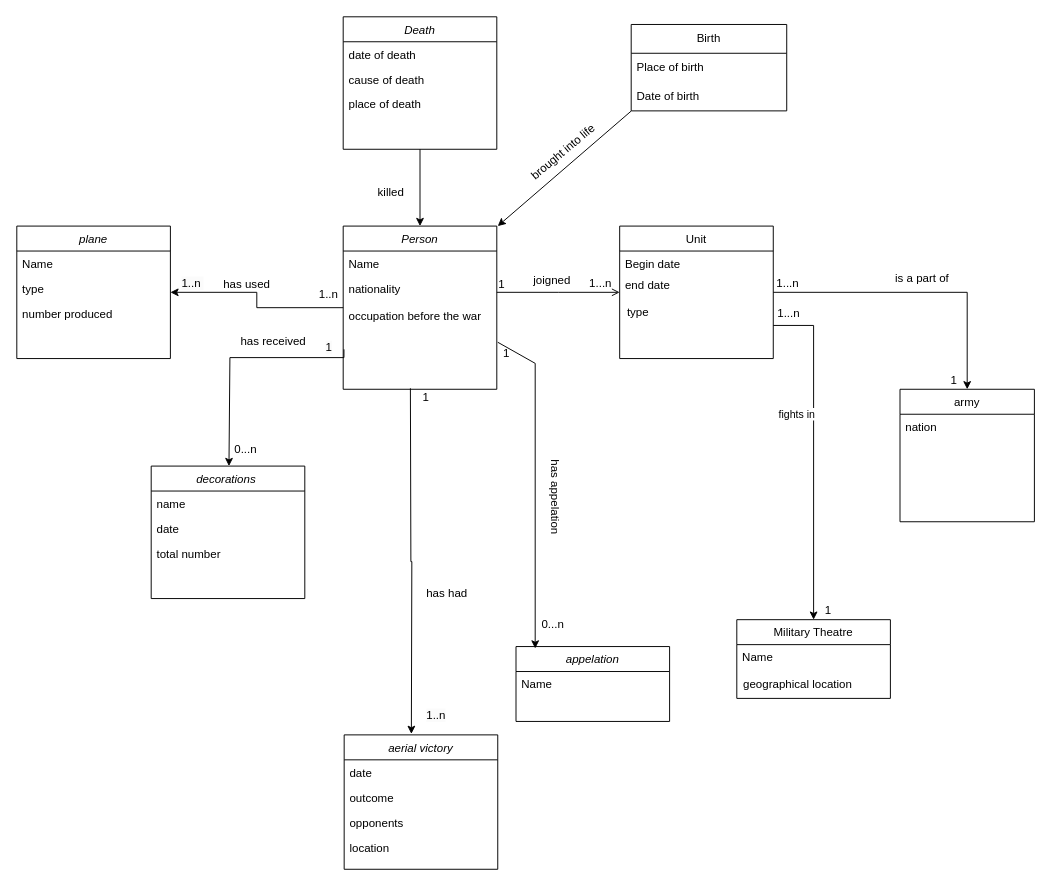
Earlier version of the draw.io diagram testmodele.drawio (samohTDNM/Les-as-de-la-Grande-Guerre-). Source tidied: cells renumbered, new cells numbered last; positions are measured from the earlier drawing's top-left corner, leaving out a move shared by most shapes. Both pictures are drawn from the tidied source at 96%, with x=0, y=0 at pixel (16, 16).
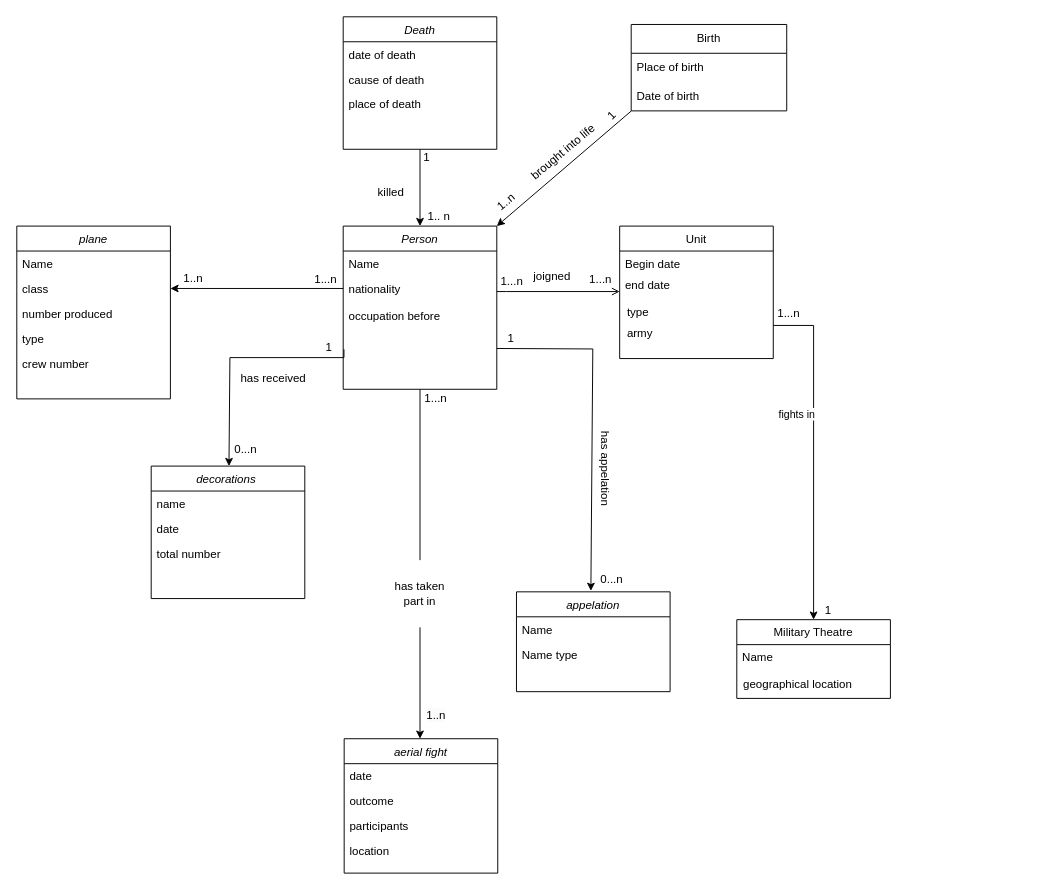
The same page after the edit.

The change refers to these unchanged cells:
```xml
<mxCell id="4" value="Person" style="swimlane;fontStyle=2;align=center;verticalAlign=top;horizontal=1;startSize=26;rounded=0;shadow=0;strokeWidth=1;" parent="1" vertex="1">
  <mxGeometry x="340" y="218" width="160" height="170" as="geometry" />
</mxCell>
<mxCell id="6" value="nationality&#10;" style="text;align=left;verticalAlign=top;spacingLeft=4;spacingRight=4;overflow=hidden;points=[[0,0.5],[1,0.5]];portConstraint=eastwest;rounded=0;shadow=0;html=0;" parent="4" vertex="1">
  <mxGeometry y="52" width="160" height="26" as="geometry" />
</mxCell>
<mxCell id="10" value="Unit" style="swimlane;fontStyle=0;align=center;verticalAlign=top;horizontal=1;startSize=26;rounded=0;shadow=0;strokeWidth=1;" parent="1" vertex="1">
  <mxGeometry x="628" y="218" width="160" height="138" as="geometry" />
</mxCell>
<mxCell id="54" value="Date of birth&amp;nbsp;" style="text;strokeColor=none;fillColor=none;align=left;verticalAlign=middle;spacingLeft=4;spacingRight=4;overflow=hidden;points=[[0,0.5],[1,0.5]];portConstraint=eastwest;whiteSpace=wrap;html=1;" parent="52" vertex="1">
  <mxGeometry y="60" width="162" height="30" as="geometry" />
</mxCell>
```

Change to the diagram source:
```diff
@@
-    <mxCell id="2" style="edgeStyle=orthogonalEdgeStyle;rounded=0;jettySize=auto;html=1;" parent="1" edge="1" source="4" target="19">
-      <mxGeometry relative="1" as="geometry" />
-    </mxCell>
-    <mxCell id="3" style="edgeStyle=orthogonalEdgeStyle;rounded=0;orthogonalLoop=1;jettySize=auto;html=1;" parent="1" edge="1">
-      <mxGeometry relative="1" as="geometry">
-        <mxPoint x="410" y="387" as="sourcePoint" />
-        <mxPoint x="411" y="747" as="targetPoint" />
-      </mxGeometry>
-    </mxCell>
@@
-    <mxCell id="9" style="edgeStyle=orthogonalEdgeStyle;rounded=0;jettySize=auto;html=1;" parent="1" edge="1" source="10" target="57">
-      <mxGeometry relative="1" as="geometry" />
-    </mxCell>
@@
-    <mxCell id="13" style="endArrow=open;shadow=0;strokeWidth=1;rounded=0;curved=0;endFill=1;edgeStyle=elbowEdgeStyle;elbow=vertical;" parent="1" edge="1" source="4" target="10">
+    <mxCell id="13" style="endArrow=open;shadow=0;strokeWidth=1;rounded=0;curved=0;endFill=1;edgeStyle=elbowEdgeStyle;elbow=vertical;" parent="1" edge="1">
       <mxGeometry x="0.5" y="41" relative="1" as="geometry">
+        <mxPoint x="500" y="286.2" as="sourcePoint" />
+        <mxPoint x="628" y="286.2" as="targetPoint" />
+        <Array as="points">
+          <mxPoint x="510" y="286.2" />
+        </Array>
         <mxPoint x="-40" y="32" as="offset" />
       </mxGeometry>
     </mxCell>
-    <mxCell id="14" value="&#10;1" style="align=left;verticalAlign=bottom;labelBackgroundColor=none;fontSize=12;" parent="13" vertex="1">
-      <mxGeometry x="-1" relative="1" as="geometry" />
-    </mxCell>
     <mxCell id="15" value="1...n" style="align=right;verticalAlign=bottom;labelBackgroundColor=none;fontSize=12;" parent="13" vertex="1">
       <mxGeometry x="1" relative="1" as="geometry">
-        <mxPoint x="-7" y="-1" as="offset" />
+        <mxPoint x="-7" y="-4" as="offset" />
       </mxGeometry>
     </mxCell>
-    <mxCell id="16" value="has used&amp;nbsp;" style="text;html=1;align=center;verticalAlign=middle;labelBackgroundColor=none;rounded=0;shadow=0;strokeWidth=1;fontSize=12;" parent="13" vertex="1">
-      <mxGeometry x="0.5" y="49" relative="1" as="geometry">
-        <mxPoint x="-356" y="40" as="offset" />
-      </mxGeometry>
-    </mxCell>
@@
-    <mxCell id="18" value="occupation before the war" style="text;align=left;verticalAlign=top;spacingLeft=4;spacingRight=4;overflow=hidden;rounded=0;shadow=0;html=0;" parent="1" vertex="1">
+    <mxCell id="18" value="occupation before" style="text;align=left;verticalAlign=top;spacingLeft=4;spacingRight=4;overflow=hidden;rounded=0;shadow=0;html=0;" parent="1" vertex="1">
       <mxGeometry x="340" y="298" width="160" height="26" as="geometry" />
     </mxCell>
     <mxCell id="19" value="plane" style="swimlane;fontStyle=2;align=center;verticalAlign=top;horizontal=1;startSize=26;rounded=0;shadow=0;strokeWidth=1;" parent="1" vertex="1">
-      <mxGeometry y="218" width="160" height="138" as="geometry" />
+      <mxGeometry y="218" width="160" height="180" as="geometry" />
     </mxCell>
@@
-    <mxCell id="21" value="type " style="text;align=left;verticalAlign=top;spacingLeft=4;spacingRight=4;overflow=hidden;points=[[0,0.5],[1,0.5]];portConstraint=eastwest;rounded=0;shadow=0;html=0;" parent="19" vertex="1">
+    <mxCell id="21" value="class" style="text;align=left;verticalAlign=top;spacingLeft=4;spacingRight=4;overflow=hidden;points=[[0,0.5],[1,0.5]];portConstraint=eastwest;rounded=0;shadow=0;html=0;" parent="19" vertex="1">
       <mxGeometry y="52" width="160" height="26" as="geometry" />
     </mxCell>
@@
+    <mxCell id="71" value="type" style="text;align=left;verticalAlign=top;spacingLeft=4;spacingRight=4;overflow=hidden;rounded=0;shadow=0;html=0;" parent="19" vertex="1">
+      <mxGeometry y="104" width="160" height="26" as="geometry" />
+    </mxCell>
+    <mxCell id="72" value="crew number" style="text;align=left;verticalAlign=top;spacingLeft=4;spacingRight=4;overflow=hidden;rounded=0;shadow=0;html=0;" parent="19" vertex="1">
+      <mxGeometry y="130" width="160" height="26" as="geometry" />
+    </mxCell>
     <mxCell id="23" value="joigned&amp;nbsp;" style="text;html=1;align=center;verticalAlign=middle;labelBackgroundColor=none;rounded=0;shadow=0;strokeWidth=1;fontSize=12;" parent="1" vertex="1">
-      <mxGeometry x="550" y="288" as="geometry">
+      <mxGeometry x="550" y="284" as="geometry">
         <mxPoint x="8" y="-14" as="offset" />
       </mxGeometry>
     </mxCell>
@@
-    <mxCell id="29" value="aerial victory" style="swimlane;fontStyle=2;align=center;verticalAlign=top;horizontal=1;startSize=26;rounded=0;shadow=0;strokeWidth=1;" parent="1" vertex="1">
-      <mxGeometry x="341" y="748" width="160" height="140" as="geometry" />
+    <mxCell id="29" value="aerial fight&#10;" style="swimlane;fontStyle=2;align=center;verticalAlign=top;horizontal=1;startSize=26;rounded=0;shadow=0;strokeWidth=1;" parent="1" vertex="1">
+      <mxGeometry x="341" y="752" width="160" height="140" as="geometry" />
     </mxCell>
@@
-    <mxCell id="32" value="opponents" style="text;align=left;verticalAlign=top;spacingLeft=4;spacingRight=4;overflow=hidden;rounded=0;shadow=0;html=0;" parent="29" vertex="1">
+    <mxCell id="32" value="participants" style="text;align=left;verticalAlign=top;spacingLeft=4;spacingRight=4;overflow=hidden;rounded=0;shadow=0;html=0;" parent="29" vertex="1">
       <mxGeometry y="78" width="160" height="26" as="geometry" />
     </mxCell>
@@
-    <mxCell id="34" value="&#10;1..n" style="align=left;verticalAlign=bottom;labelBackgroundColor=none;fontSize=12;" parent="1" vertex="1">
+    <mxCell id="34" style="align=left;verticalAlign=bottom;labelBackgroundColor=none;fontSize=12;" parent="1" vertex="1">
       <mxGeometry x="503" y="316" as="geometry">
         <mxPoint x="-190" y="-19" as="offset" />
       </mxGeometry>
     </mxCell>
-    <mxCell id="35" value="&lt;span style=&quot;color: rgb(0, 0, 0); font-family: Helvetica; font-size: 12px; font-style: normal; font-variant-ligatures: normal; font-variant-caps: normal; font-weight: 400; letter-spacing: normal; orphans: 2; text-align: left; text-indent: 0px; text-transform: none; widows: 2; word-spacing: 0px; -webkit-text-stroke-width: 0px; white-space: nowrap; background-color: rgb(251, 251, 251); text-decoration-thickness: initial; text-decoration-style: initial; text-decoration-color: initial; display: inline !important; float: none;&quot;&gt;1..n&amp;nbsp;&lt;/span&gt;" style="text;whiteSpace=wrap;html=1;" parent="1" vertex="1">
-      <mxGeometry x="170" y="264" width="40" height="40" as="geometry" />
-    </mxCell>
@@
-    <mxCell id="38" value="has had&amp;nbsp;" style="text;html=1;align=center;verticalAlign=middle;whiteSpace=wrap;rounded=0;" parent="1" vertex="1">
-      <mxGeometry x="420" y="566" width="60" height="70" as="geometry" />
-    </mxCell>
@@
-    <mxCell id="45" value="&#10;" style="text;align=left;verticalAlign=top;spacingLeft=4;spacingRight=4;overflow=hidden;points=[[0,0.5],[1,0.5]];portConstraint=eastwest;rounded=0;shadow=0;html=0;" parent="1" vertex="1">
-      <mxGeometry x="341" y="326" width="160" height="26" as="geometry" />
-    </mxCell>
     <mxCell id="46" value="appelation" style="swimlane;fontStyle=2;align=center;verticalAlign=top;horizontal=1;startSize=26;rounded=0;shadow=0;strokeWidth=1;" parent="1" vertex="1">
-      <mxGeometry x="520" y="656" width="160" height="78" as="geometry" />
+      <mxGeometry x="520.5" y="599" width="160" height="104" as="geometry" />
     </mxCell>
@@
+    <mxCell id="73" value="Name type" style="text;align=left;verticalAlign=top;spacingLeft=4;spacingRight=4;overflow=hidden;" parent="46" vertex="1">
+      <mxGeometry y="52" width="160" height="26" as="geometry" />
+    </mxCell>
     <mxCell id="48" value="&#10;" style="text;align=left;verticalAlign=top;spacingLeft=4;spacingRight=4;overflow=hidden;rounded=0;shadow=0;html=0;" parent="46" vertex="1">
-      <mxGeometry y="52" width="160" height="26" as="geometry" />
+      <mxGeometry y="78" width="160" height="26" as="geometry" />
     </mxCell>
     <mxCell id="49" value="has appelation&amp;nbsp;" style="text;html=1;align=center;verticalAlign=middle;whiteSpace=wrap;rounded=0;rotation=90;" parent="1" vertex="1">
-      <mxGeometry x="490.9" y="487" width="140" height="30" as="geometry" />
+      <mxGeometry x="543.5" y="457" width="140" height="30" as="geometry" />
     </mxCell>
-    <mxCell id="50" value="&#10;1" style="align=left;verticalAlign=bottom;labelBackgroundColor=none;fontSize=12;" parent="1" vertex="1">
-      <mxGeometry x="510" y="333" as="geometry">
-        <mxPoint x="-5" y="26" as="offset" />
-      </mxGeometry>
-    </mxCell>
-    <mxCell id="51" value="0...n" style="align=left;verticalAlign=bottom;labelBackgroundColor=none;fontSize=12;" parent="1" vertex="1">
+    <mxCell id="51" style="align=left;verticalAlign=bottom;labelBackgroundColor=none;fontSize=12;" parent="1" vertex="1">
       <mxGeometry x="487" y="322" as="geometry">
         <mxPoint x="58" y="319" as="offset" />
       </mxGeometry>
     </mxCell>
@@
     <mxCell id="56" value="has received" style="text;html=1;align=center;verticalAlign=middle;whiteSpace=wrap;rounded=0;" parent="1" vertex="1">
-      <mxGeometry x="225" y="317" width="85" height="41" as="geometry" />
+      <mxGeometry x="225" y="356" width="85" height="41" as="geometry" />
     </mxCell>
-    <mxCell id="57" value="army" style="swimlane;fontStyle=0;align=center;verticalAlign=top;horizontal=1;startSize=26;rounded=0;shadow=0;strokeWidth=1;" parent="1" vertex="1">
-      <mxGeometry x="920" y="388" width="140" height="138" as="geometry" />
-    </mxCell>
-    <mxCell id="58" value="nation " style="text;align=left;verticalAlign=top;spacingLeft=4;spacingRight=4;overflow=hidden;" parent="57" vertex="1">
-      <mxGeometry y="26" width="140" height="22" as="geometry" />
-    </mxCell>
-    <mxCell id="59" value="is a part of&amp;nbsp;" style="text;html=1;align=center;verticalAlign=middle;whiteSpace=wrap;rounded=0;" parent="1" vertex="1">
-      <mxGeometry x="880" y="258" width="130" height="30" as="geometry" />
-    </mxCell>
-    <mxCell id="60" style="endArrow=classic;html=1;rounded=0;entryX=0.313;entryY=0.801;entryDx=0;entryDy=0;entryPerimeter=0;exitX=0;exitY=1.006;exitDx=0;exitDy=0;exitPerimeter=0;" parent="1" edge="1" source="54">
-      <mxGeometry relative="1" as="geometry">
-        <mxPoint x="501" y="218" as="targetPoint" />
-      </mxGeometry>
-    </mxCell>
-    <mxCell id="61" style="endArrow=classic;html=1;rounded=0;exitX=1;exitY=0.5;exitDx=0;exitDy=0;" parent="1" edge="1" source="45">
-      <mxGeometry relative="1" as="geometry">
-        <mxPoint x="540" y="658" as="targetPoint" />
-        <Array as="points">
-          <mxPoint x="540" y="361" />
-        </Array>
-      </mxGeometry>
-    </mxCell>
@@
-    <mxCell id="64" value="1...n" style="align=right;verticalAlign=bottom;labelBackgroundColor=none;fontSize=12;" parent="1" vertex="1">
-      <mxGeometry x="816" y="285.7" as="geometry" />
-    </mxCell>
-    <mxCell id="65" value="&#10;1" style="align=left;verticalAlign=bottom;labelBackgroundColor=none;fontSize=12;" parent="1" vertex="1">
-      <mxGeometry x="976" y="361" as="geometry">
-        <mxPoint x="-5" y="26" as="offset" />
-      </mxGeometry>
-    </mxCell>
@@
-    <mxCell id="69" value="1" style="align=left;verticalAlign=bottom;labelBackgroundColor=none;fontSize=12;" parent="1" vertex="1">
+    <mxCell id="69" value="1...n" style="align=left;verticalAlign=bottom;labelBackgroundColor=none;fontSize=12;" parent="1" vertex="1">
       <mxGeometry x="428" y="398.2" as="geometry">
-        <mxPoint x="-7" y="7" as="offset" />
+        <mxPoint x="-5" y="8" as="offset" />
       </mxGeometry>
     </mxCell>
     <mxCell id="70" value="&lt;br style=&quot;forced-color-adjust: none; padding: 0px; margin: 0px; color: rgb(0, 0, 0); font-family: Helvetica; font-size: 12px; font-style: normal; font-variant-ligatures: normal; font-variant-caps: normal; font-weight: 400; letter-spacing: normal; orphans: 2; text-align: left; text-indent: 0px; text-transform: none; widows: 2; word-spacing: 0px; -webkit-text-stroke-width: 0px; white-space: nowrap; background-color: rgb(251, 251, 251); text-decoration-thickness: initial; text-decoration-style: initial; text-decoration-color: initial;&quot;&gt;&lt;span style=&quot;color: rgb(0, 0, 0); font-family: Helvetica; font-size: 12px; font-style: normal; font-variant-ligatures: normal; font-variant-caps: normal; font-weight: 400; letter-spacing: normal; orphans: 2; text-align: left; text-indent: 0px; text-transform: none; widows: 2; word-spacing: 0px; -webkit-text-stroke-width: 0px; white-space: nowrap; background-color: rgb(251, 251, 251); text-decoration-thickness: initial; text-decoration-style: initial; text-decoration-color: initial; display: inline !important; float: none;&quot;&gt;1..n&lt;/span&gt;" style="text;whiteSpace=wrap;html=1;" parent="1" vertex="1">
-      <mxGeometry x="425" y="700" width="50" height="50" as="geometry" />
+      <mxGeometry x="425" y="700" width="50" height="38" as="geometry" />
     </mxCell>
+    <mxCell id="57" value="army" style="text;align=left;verticalAlign=top;spacingLeft=4;spacingRight=4;overflow=hidden;points=[[0,0.5],[1,0.5]];portConstraint=eastwest;rounded=0;shadow=0;html=0;" parent="1" vertex="1">
+      <mxGeometry x="630" y="316" width="160" height="26" as="geometry" />
+    </mxCell>
+    <mxCell id="74" value="&#10;1" style="align=left;verticalAlign=bottom;labelBackgroundColor=none;fontSize=12;" parent="1" vertex="1">
+      <mxGeometry x="503" y="303" as="geometry">
+        <mxPoint x="-81" y="-148" as="offset" />
+      </mxGeometry>
+    </mxCell>
+    <mxCell id="75" value="1" style="text;html=1;align=center;verticalAlign=middle;whiteSpace=wrap;rounded=0;rotation=-45;" parent="1" vertex="1">
+      <mxGeometry x="590" y="88" width="60" height="30" as="geometry" />
+    </mxCell>
+    <mxCell id="76" style="endArrow=classic;html=1;rounded=0;exitX=0;exitY=1.006;exitDx=0;exitDy=0;exitPerimeter=0;entryX=1;entryY=0;entryDx=0;entryDy=0;" parent="1" edge="1" source="54" target="4">
+      <mxGeometry relative="1" as="geometry" />
+    </mxCell>
+    <mxCell id="77" value="1..n" style="text;html=1;align=center;verticalAlign=middle;whiteSpace=wrap;rounded=0;rotation=-40;" parent="1" vertex="1">
+      <mxGeometry x="480" y="178" width="60" height="30" as="geometry" />
+    </mxCell>
+    <mxCell id="78" style="endArrow=classic;html=1;rounded=0;exitX=0;exitY=0.5;exitDx=0;exitDy=0;entryX=1;entryY=0.5;entryDx=0;entryDy=0;" parent="1" edge="1" source="6" target="21">
+      <mxGeometry relative="1" as="geometry" />
+    </mxCell>
+    <mxCell id="79" value="1..n" style="text;html=1;align=center;verticalAlign=middle;whiteSpace=wrap;rounded=0;" parent="1" vertex="1">
+      <mxGeometry x="154" y="258" width="60" height="30" as="geometry" />
+    </mxCell>
+    <mxCell id="45" value="&#10;" style="text;align=left;verticalAlign=top;spacingLeft=4;spacingRight=4;overflow=hidden;points=[[0,0.5],[1,0.5]];portConstraint=eastwest;rounded=0;shadow=0;html=0;" parent="1" vertex="1">
+      <mxGeometry x="407" y="698" width="160" height="26" as="geometry" />
+    </mxCell>
+    <mxCell id="80" value="1...n" style="text;html=1;align=center;verticalAlign=middle;whiteSpace=wrap;rounded=0;" parent="1" vertex="1">
+      <mxGeometry x="292" y="264" width="60" height="20" as="geometry" />
+    </mxCell>
+    <mxCell id="81" style="endArrow=classic;html=1;rounded=0;exitX=0.5;exitY=1;exitDx=0;exitDy=0;" parent="1" edge="1" source="38">
+      <mxGeometry relative="1" as="geometry">
+        <mxPoint x="420" y="752" as="targetPoint" />
+      </mxGeometry>
+    </mxCell>
+    <mxCell id="82" style="endArrow=classic;html=1;rounded=0;exitX=1;exitY=0.75;exitDx=0;exitDy=0;" parent="1" edge="1" source="4">
+      <mxGeometry relative="1" as="geometry">
+        <mxPoint x="598" y="598" as="targetPoint" />
+        <Array as="points">
+          <mxPoint x="600" y="346" />
+        </Array>
+      </mxGeometry>
+    </mxCell>
+    <mxCell id="38" value="has taken part in" style="text;html=1;align=center;verticalAlign=middle;whiteSpace=wrap;rounded=0;" parent="1" vertex="1">
+      <mxGeometry x="390" y="566" width="60" height="70" as="geometry" />
+    </mxCell>
+    <mxCell id="83" style="endArrow=none;html=1;rounded=0;entryX=0.5;entryY=1;entryDx=0;entryDy=0;exitX=0.5;exitY=0;exitDx=0;exitDy=0;" parent="1" edge="1" source="38" target="4">
+      <mxGeometry relative="1" as="geometry" />
+    </mxCell>
+    <mxCell id="84" value="1" style="text;html=1;align=center;verticalAlign=middle;whiteSpace=wrap;rounded=0;" parent="1" vertex="1">
+      <mxGeometry x="500" y="325" width="30" height="20" as="geometry" />
+    </mxCell>
+    <mxCell id="85" value="1...n" style="text;html=1;align=center;verticalAlign=middle;whiteSpace=wrap;rounded=0;" parent="1" vertex="1">
+      <mxGeometry x="501" y="266" width="30" height="20" as="geometry" />
+    </mxCell>
+    <mxCell id="86" value="0...n" style="text;html=1;align=center;verticalAlign=middle;whiteSpace=wrap;rounded=0;" parent="1" vertex="1">
+      <mxGeometry x="590" y="571" width="60" height="30" as="geometry" />
+    </mxCell>
+    <mxCell id="87" value="1.. n" style="text;html=1;align=center;verticalAlign=middle;whiteSpace=wrap;rounded=0;" parent="1" vertex="1">
+      <mxGeometry x="420" y="198" width="40" height="20" as="geometry" />
+    </mxCell>
```
